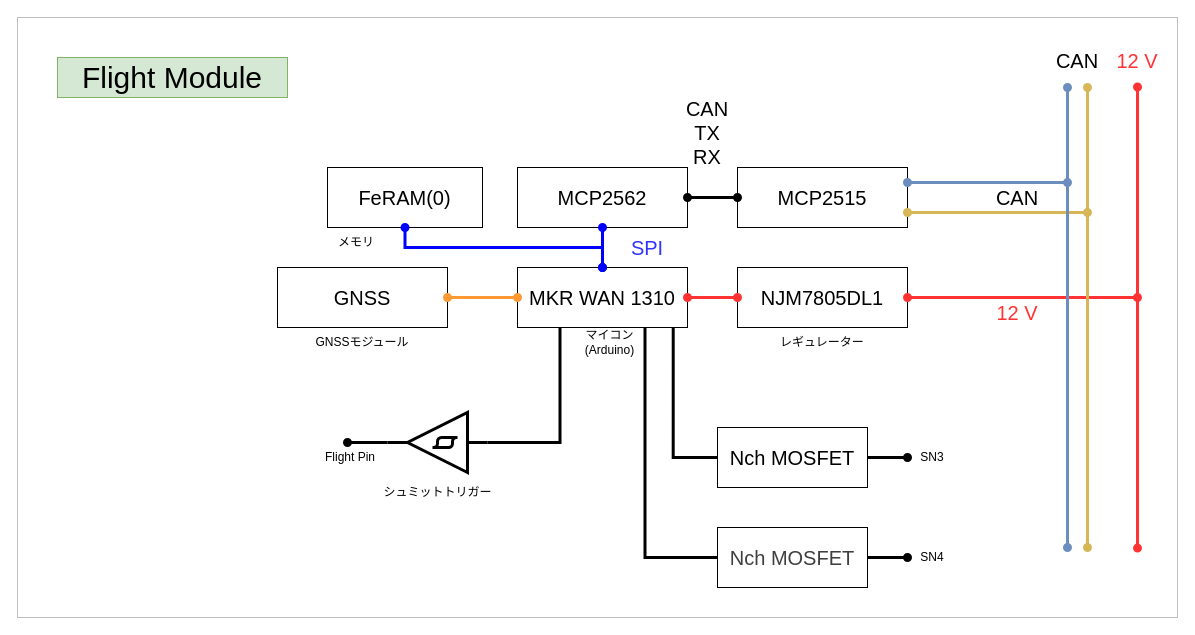
Before: Document/BlockDiagram/FlightModule.drawio in tokai-student-rocket-project/H-62-Avionics, a draw.io diagram. Source tidied: cells renumbered, new cells numbered last; positions are measured from the earlier drawing's top-left corner, leaving out a move shared by most shapes. Both pictures are drawn from the tidied source at 100%, with x=0, y=0 at pixel (17, 17).
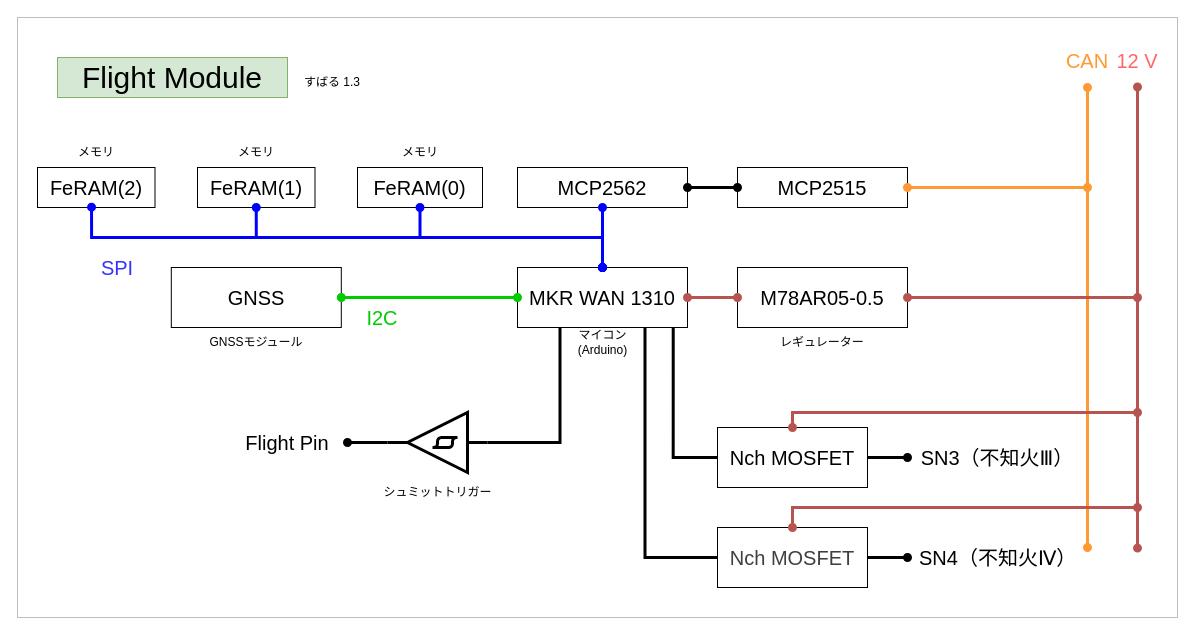
Above is the later version.

Commit message (it also covers changes not shown here):
FlightModuleのブロック図を作成

The change refers to these unchanged cells:
```xml
<mxCell id="4" value="&lt;font style=&quot;font-size: 20px;&quot;&gt;MKR WAN 1310&lt;/font&gt;" style="rounded=0;whiteSpace=wrap;html=1;" parent="1" vertex="1">
  <mxGeometry x="500" y="250" width="170" height="60" as="geometry" />
</mxCell>
<mxCell id="30" value="&lt;font style=&quot;font-size: 20px;&quot;&gt;Nch MOSFET&lt;/font&gt;" style="rounded=0;whiteSpace=wrap;html=1;" parent="1" vertex="1">
  <mxGeometry x="700" y="410" width="150" height="60" as="geometry" />
</mxCell>
<mxCell id="31" value="&lt;span style=&quot;color: rgb(63, 63, 63); font-size: 20px;&quot;&gt;Nch MOSFET&lt;/span&gt;" style="rounded=0;whiteSpace=wrap;html=1;" parent="1" vertex="1">
  <mxGeometry x="700" y="510" width="150" height="60" as="geometry" />
</mxCell>
```

What changed in the source:
```diff
@@
     <mxCell id="5" value="マイコン (Arduino)" style="text;html=1;align=center;verticalAlign=middle;whiteSpace=wrap;rounded=0;" parent="1" vertex="1">
-      <mxGeometry x="545" y="310" width="95" height="30" as="geometry" />
+      <mxGeometry x="537.5" y="310" width="95" height="30" as="geometry" />
     </mxCell>
-    <mxCell id="6" value="&lt;font style=&quot;font-size: 20px;&quot;&gt;NJM7805DL1&lt;/font&gt;" style="rounded=0;whiteSpace=wrap;html=1;" parent="1" vertex="1">
+    <mxCell id="6" value="&lt;font style=&quot;font-size: 20px;&quot;&gt;M78AR05-0.5&lt;/font&gt;" style="rounded=0;whiteSpace=wrap;html=1;" parent="1" vertex="1">
       <mxGeometry x="720" y="250" width="170" height="60" as="geometry" />
     </mxCell>
@@
     <mxCell id="8" value="&lt;span style=&quot;font-size: 20px;&quot;&gt;MCP2515&lt;/span&gt;" style="rounded=0;whiteSpace=wrap;html=1;" parent="1" vertex="1">
-      <mxGeometry x="720" y="150" width="170" height="60" as="geometry" />
+      <mxGeometry x="720" y="150" width="170" height="40" as="geometry" />
     </mxCell>
     <mxCell id="9" value="&lt;span style=&quot;font-size: 20px;&quot;&gt;MCP2562&lt;/span&gt;" style="rounded=0;whiteSpace=wrap;html=1;" parent="1" vertex="1">
-      <mxGeometry x="500" y="150" width="170" height="60" as="geometry" />
+      <mxGeometry x="500" y="150" width="170" height="40" as="geometry" />
     </mxCell>
@@
-    <mxCell id="11" style="endArrow=oval;html=1;strokeWidth=3;startArrow=oval;startFill=1;endFill=1;" parent="1" edge="1" source="9">
-      <mxGeometry relative="1" as="geometry">
-        <mxPoint x="720" y="180" as="targetPoint" />
-      </mxGeometry>
+    <mxCell id="11" style="endArrow=oval;html=1;strokeWidth=3;startArrow=oval;startFill=1;endFill=1;entryX=0;entryY=0.5;entryDx=0;entryDy=0;" parent="1" edge="1" source="9" target="8">
+      <mxGeometry relative="1" as="geometry" />
     </mxCell>
     <mxCell id="12" value="&lt;font style=&quot;color: rgb(51, 51, 255); font-size: 20px;&quot;&gt;SPI&lt;/font&gt;" style="text;html=1;align=center;verticalAlign=middle;whiteSpace=wrap;rounded=0;" parent="1" vertex="1">
-      <mxGeometry x="600" y="210" width="60" height="40" as="geometry" />
+      <mxGeometry x="70" y="230" width="60" height="40" as="geometry" />
     </mxCell>
-    <mxCell id="13" value="&lt;font style=&quot;font-size: 20px; color: rgb(0, 0, 0);&quot;&gt;CAN TX RX&lt;/font&gt;" style="text;html=1;align=center;verticalAlign=middle;whiteSpace=wrap;rounded=0;" parent="1" vertex="1">
-      <mxGeometry x="660" y="80" width="60" height="70" as="geometry" />
-    </mxCell>
-    <mxCell id="14" style="endArrow=oval;html=1;entryX=1;entryY=0.5;entryDx=0;entryDy=0;startArrow=oval;startFill=1;strokeWidth=3;strokeColor=#FF3333;endFill=1;" parent="1" edge="1" target="6">
-      <mxGeometry relative="1" as="geometry">
-        <mxPoint x="1120" y="280" as="sourcePoint" />
-      </mxGeometry>
-    </mxCell>
-    <mxCell id="15" value="&lt;font style=&quot;font-size: 20px; color: rgb(255, 51, 51);&quot;&gt;12 V&lt;/font&gt;" style="text;html=1;align=center;verticalAlign=middle;whiteSpace=wrap;rounded=0;" parent="1" vertex="1">
-      <mxGeometry x="970" y="280" width="60" height="30" as="geometry" />
-    </mxCell>
-    <mxCell id="16" style="endArrow=oval;html=1;entryX=1;entryY=0.25;entryDx=0;entryDy=0;strokeWidth=3;fillColor=#dae8fc;strokeColor=#6c8ebf;startArrow=oval;startFill=1;endFill=1;" parent="1" edge="1" target="8">
-      <mxGeometry relative="1" as="geometry">
-        <mxPoint x="1050" y="165" as="sourcePoint" />
-      </mxGeometry>
-    </mxCell>
-    <mxCell id="17" style="endArrow=oval;html=1;entryX=1;entryY=0.75;entryDx=0;entryDy=0;strokeWidth=3;fillColor=#fff2cc;strokeColor=#d6b656;startArrow=oval;startFill=1;endFill=1;" parent="1" edge="1" target="8">
+    <mxCell id="17" style="endArrow=oval;html=1;entryX=1;entryY=0.5;entryDx=0;entryDy=0;strokeWidth=3;fillColor=#fff2cc;strokeColor=#FF9933;startArrow=oval;startFill=1;endFill=1;" parent="1" edge="1" target="8">
       <mxGeometry relative="1" as="geometry">
-        <mxPoint x="1070" y="195" as="sourcePoint" />
+        <mxPoint x="1070" y="170" as="sourcePoint" />
       </mxGeometry>
     </mxCell>
     <mxCell id="18" value="&lt;span style=&quot;font-size: 20px;&quot;&gt;GNSS&lt;/span&gt;" style="rounded=0;whiteSpace=wrap;html=1;" parent="1" vertex="1">
-      <mxGeometry x="260" y="250" width="170" height="60" as="geometry" />
+      <mxGeometry x="153.8" y="250" width="170" height="60" as="geometry" />
     </mxCell>
-    <mxCell id="19" style="edgeStyle=none;html=1;strokeWidth=3;rounded=0;curved=0;startArrow=oval;startFill=1;endArrow=oval;endFill=1;fillColor=#ffe6cc;strokeColor=#FF9933;exitX=1;exitY=0.5;exitDx=0;exitDy=0;" parent="1" edge="1" source="18">
+    <mxCell id="19" style="edgeStyle=none;html=1;strokeWidth=3;rounded=0;curved=0;startArrow=oval;startFill=1;endArrow=oval;endFill=1;fillColor=#ffe6cc;strokeColor=#00CC00;exitX=1;exitY=0.5;exitDx=0;exitDy=0;" parent="1" edge="1" source="18">
       <mxGeometry relative="1" as="geometry">
         <mxPoint x="500" y="280" as="targetPoint" />
       </mxGeometry>
     </mxCell>
-    <mxCell id="20" value="&lt;font style=&quot;font-size: 20px; color: rgb(0, 0, 0);&quot;&gt;CAN&lt;/font&gt;" style="text;html=1;align=center;verticalAlign=middle;whiteSpace=wrap;rounded=0;" parent="1" vertex="1">
-      <mxGeometry x="970" y="165" width="60" height="30" as="geometry" />
-    </mxCell>
     <mxCell id="21" value="&lt;font style=&quot;font-size: 20px;&quot;&gt;FeRAM(0)&lt;/font&gt;" style="rounded=0;whiteSpace=wrap;html=1;" parent="1" vertex="1">
-      <mxGeometry x="310" y="150" width="155" height="60" as="geometry" />
+      <mxGeometry x="340" y="150" width="125" height="40" as="geometry" />
     </mxCell>
-    <mxCell id="22" value="GNSSモジュール" style="text;html=1;align=center;verticalAlign=middle;whiteSpace=wrap;rounded=0;" parent="1" vertex="1">
-      <mxGeometry x="260" y="310" width="170" height="30" as="geometry" />
+    <mxCell id="22" value="&lt;font&gt;GNSSモジュール&lt;/font&gt;" style="text;html=1;align=center;verticalAlign=middle;whiteSpace=wrap;rounded=0;" parent="1" vertex="1">
+      <mxGeometry x="153.8" y="310" width="170" height="30" as="geometry" />
     </mxCell>
     <mxCell id="23" value="メモリ" style="text;html=1;align=center;verticalAlign=middle;whiteSpace=wrap;rounded=0;" parent="1" vertex="1">
-      <mxGeometry x="310" y="210" width="57.5" height="30" as="geometry" />
+      <mxGeometry x="373.8" y="120" width="57.5" height="30" as="geometry" />
     </mxCell>
-    <mxCell id="24" style="endArrow=oval;html=1;strokeWidth=3;fillColor=#dae8fc;strokeColor=#6c8ebf;startArrow=oval;startFill=1;endFill=1;" parent="1" edge="1">
+    <mxCell id="24" style="endArrow=oval;html=1;strokeWidth=3;fillColor=#dae8fc;strokeColor=#FF9933;startArrow=oval;startFill=1;endFill=1;" parent="1" edge="1">
       <mxGeometry relative="1" as="geometry">
-        <mxPoint x="1050" y="70" as="sourcePoint" />
-        <mxPoint x="1050" y="530" as="targetPoint" />
+        <mxPoint x="1070" y="70" as="sourcePoint" />
+        <mxPoint x="1070" y="530" as="targetPoint" />
       </mxGeometry>
     </mxCell>
-    <mxCell id="25" style="endArrow=oval;html=1;strokeWidth=3;fillColor=#fff2cc;strokeColor=#d6b656;startArrow=oval;startFill=1;endFill=1;" parent="1" edge="1">
-      <mxGeometry relative="1" as="geometry">
-        <mxPoint x="1070" y="70" as="sourcePoint" />
-        <mxPoint x="1070" y="530" as="targetPoint" />
-      </mxGeometry>
-    </mxCell>
-    <mxCell id="26" style="endArrow=oval;html=1;entryX=1;entryY=0.5;entryDx=0;entryDy=0;startArrow=oval;startFill=1;strokeWidth=3;strokeColor=#FF3333;endFill=1;" parent="1" edge="1">
+    <mxCell id="26" style="endArrow=oval;html=1;entryX=1;entryY=0.5;entryDx=0;entryDy=0;startArrow=oval;startFill=1;strokeWidth=3;strokeColor=#b85450;endFill=1;fillColor=#f8cecc;" parent="1" edge="1">
       <mxGeometry relative="1" as="geometry">
         <mxPoint x="1120" y="530.6" as="sourcePoint" />
         <mxPoint x="1120" y="69.5" as="targetPoint" />
       </mxGeometry>
     </mxCell>
-    <mxCell id="27" value="&lt;font style=&quot;font-size: 20px; color: rgb(0, 0, 0);&quot;&gt;CAN&lt;/font&gt;" style="text;html=1;align=center;verticalAlign=middle;whiteSpace=wrap;rounded=0;" parent="1" vertex="1">
-      <mxGeometry x="1030" y="30" width="60" height="25" as="geometry" />
+    <mxCell id="27" value="&lt;font style=&quot;font-size: 20px; color: rgb(255, 153, 51);&quot;&gt;CAN&lt;/font&gt;" style="text;html=1;align=center;verticalAlign=middle;whiteSpace=wrap;rounded=0;" parent="1" vertex="1">
+      <mxGeometry x="1040" y="30" width="60" height="25" as="geometry" />
     </mxCell>
-    <mxCell id="28" value="&lt;font style=&quot;font-size: 20px; color: rgb(255, 51, 51);&quot;&gt;12 V&lt;/font&gt;" style="text;html=1;align=center;verticalAlign=middle;whiteSpace=wrap;rounded=0;" parent="1" vertex="1">
+    <mxCell id="28" value="&lt;font style=&quot;font-size: 20px; color: rgb(255, 102, 102);&quot;&gt;12 V&lt;/font&gt;" style="text;html=1;align=center;verticalAlign=middle;whiteSpace=wrap;rounded=0;" parent="1" vertex="1">
       <mxGeometry x="1090" y="27.5" width="60" height="30" as="geometry" />
     </mxCell>
-    <mxCell id="29" style="edgeStyle=none;html=1;entryX=0;entryY=0.5;entryDx=0;entryDy=0;strokeWidth=3;startArrow=oval;startFill=1;endArrow=oval;endFill=1;strokeColor=#FF3333;" parent="1" edge="1">
+    <mxCell id="29" style="edgeStyle=none;html=1;entryX=0;entryY=0.5;entryDx=0;entryDy=0;strokeWidth=3;startArrow=oval;startFill=1;endArrow=oval;endFill=1;strokeColor=#b85450;fillColor=#f8cecc;" parent="1" edge="1">
       <mxGeometry relative="1" as="geometry">
         <mxPoint x="670" y="280" as="sourcePoint" />
         <mxPoint x="720" y="280" as="targetPoint" />
       </mxGeometry>
     </mxCell>
@@
-    <mxCell id="36" value="SN3" style="text;html=1;align=center;verticalAlign=middle;whiteSpace=wrap;rounded=0;" parent="1" vertex="1">
-      <mxGeometry x="890" y="425" width="50" height="30" as="geometry" />
+    <mxCell id="36" value="&lt;font style=&quot;font-size: 20px;&quot;&gt;SN3（不知火Ⅲ）&lt;/font&gt;" style="text;html=1;align=center;verticalAlign=middle;whiteSpace=wrap;rounded=0;" parent="1" vertex="1">
+      <mxGeometry x="900" y="425" width="160" height="30" as="geometry" />
     </mxCell>
-    <mxCell id="37" value="SN4" style="text;html=1;align=center;verticalAlign=middle;whiteSpace=wrap;rounded=0;" parent="1" vertex="1">
-      <mxGeometry x="890" y="525" width="50" height="30" as="geometry" />
-    </mxCell>
@@
-    <mxCell id="42" value="Flight Pin" style="text;html=1;align=center;verticalAlign=middle;whiteSpace=wrap;rounded=0;" parent="1" vertex="1">
-      <mxGeometry x="297.5" y="425" width="70" height="30" as="geometry" />
+    <mxCell id="42" value="&lt;font style=&quot;font-size: 20px;&quot;&gt;Flight Pin&lt;/font&gt;" style="text;html=1;align=center;verticalAlign=middle;whiteSpace=wrap;rounded=0;" parent="1" vertex="1">
+      <mxGeometry x="216.2" y="410" width="107.5" height="30" as="geometry" />
     </mxCell>
@@
+    <mxCell id="44" value="すばる 1.3" style="text;html=1;align=center;verticalAlign=middle;whiteSpace=wrap;rounded=0;" parent="1" vertex="1">
+      <mxGeometry x="270" y="50" width="90" height="30" as="geometry" />
+    </mxCell>
+    <mxCell id="45" value="&lt;span style=&quot;font-size: 20px;&quot;&gt;&lt;font style=&quot;color: rgb(0, 204, 0);&quot;&gt;I2C&lt;/font&gt;&lt;/span&gt;" style="text;html=1;align=center;verticalAlign=middle;whiteSpace=wrap;rounded=0;" parent="1" vertex="1">
+      <mxGeometry x="330" y="280" width="70" height="40" as="geometry" />
+    </mxCell>
+    <mxCell id="46" value="&lt;font style=&quot;font-size: 20px;&quot;&gt;FeRAM(1)&lt;/font&gt;" style="rounded=0;whiteSpace=wrap;html=1;" parent="1" vertex="1">
+      <mxGeometry x="180" y="150" width="117.5" height="40" as="geometry" />
+    </mxCell>
+    <mxCell id="47" value="&lt;font style=&quot;font-size: 20px;&quot;&gt;FeRAM(2)&lt;/font&gt;" style="rounded=0;whiteSpace=wrap;html=1;" parent="1" vertex="1">
+      <mxGeometry x="20" y="150" width="117.5" height="40" as="geometry" />
+    </mxCell>
+    <mxCell id="48" value="&lt;font&gt;メモリ&lt;/font&gt;" style="text;html=1;align=center;verticalAlign=middle;whiteSpace=wrap;rounded=0;" parent="1" vertex="1">
+      <mxGeometry x="210" y="120" width="57.5" height="30" as="geometry" />
+    </mxCell>
+    <mxCell id="49" value="メモリ" style="text;html=1;align=center;verticalAlign=middle;whiteSpace=wrap;rounded=0;" parent="1" vertex="1">
+      <mxGeometry x="50" y="120" width="57.5" height="30" as="geometry" />
+    </mxCell>
+    <mxCell id="50" style="endArrow=oval;html=1;entryX=0.5;entryY=1;entryDx=0;entryDy=0;strokeWidth=3;startArrow=oval;startFill=1;endFill=1;strokeColor=#0000FF;edgeStyle=orthogonalEdgeStyle;rounded=0;curved=0;exitX=0.5;exitY=0;exitDx=0;exitDy=0;" parent="1" edge="1" source="4" target="46">
+      <mxGeometry relative="1" as="geometry">
+        <Array as="points">
+          <mxPoint x="585" y="220" />
+          <mxPoint x="239" y="220" />
+        </Array>
+      </mxGeometry>
+    </mxCell>
+    <mxCell id="51" style="endArrow=oval;html=1;entryX=0.46;entryY=0.992;entryDx=0;entryDy=0;strokeWidth=3;startArrow=oval;startFill=1;endFill=1;strokeColor=#0000FF;edgeStyle=orthogonalEdgeStyle;rounded=0;curved=0;entryPerimeter=0;" parent="1" edge="1" target="47">
+      <mxGeometry relative="1" as="geometry">
+        <mxPoint x="585" y="250" as="sourcePoint" />
+        <Array as="points">
+          <mxPoint x="585" y="220" />
+          <mxPoint x="74" y="220" />
+        </Array>
+      </mxGeometry>
+    </mxCell>
+    <mxCell id="52" value="&lt;font style=&quot;font-size: 20px;&quot;&gt;SN4（不知火Ⅳ）&lt;/font&gt;" style="text;html=1;align=left;verticalAlign=middle;whiteSpace=wrap;rounded=0;" parent="1" vertex="1">
+      <mxGeometry x="900" y="525" width="170" height="30" as="geometry" />
+    </mxCell>
+    <mxCell id="14" style="endArrow=oval;html=1;entryX=0.5;entryY=0;entryDx=0;entryDy=0;startArrow=oval;startFill=1;strokeWidth=3;strokeColor=#b85450;endFill=1;fillColor=#f8cecc;edgeStyle=elbowEdgeStyle;rounded=0;curved=0;" parent="1" edge="1" target="30">
+      <mxGeometry relative="1" as="geometry">
+        <mxPoint x="1120" y="395" as="sourcePoint" />
+        <Array as="points">
+          <mxPoint x="775" y="395" />
+        </Array>
+      </mxGeometry>
+    </mxCell>
+    <mxCell id="53" style="endArrow=oval;html=1;entryX=1;entryY=0.5;entryDx=0;entryDy=0;startArrow=oval;startFill=1;strokeWidth=3;strokeColor=#b85450;endFill=1;fillColor=#f8cecc;rounded=0;" parent="1" edge="1" target="6">
+      <mxGeometry relative="1" as="geometry">
+        <mxPoint x="1120" y="280" as="sourcePoint" />
+      </mxGeometry>
+    </mxCell>
+    <mxCell id="54" style="endArrow=oval;html=1;entryX=0.5;entryY=0;entryDx=0;entryDy=0;startArrow=oval;startFill=1;strokeWidth=3;strokeColor=#b85450;endFill=1;fillColor=#f8cecc;edgeStyle=elbowEdgeStyle;rounded=0;curved=0;" parent="1" edge="1" target="31">
+      <mxGeometry relative="1" as="geometry">
+        <mxPoint x="1120" y="490" as="sourcePoint" />
+        <Array as="points">
+          <mxPoint x="775" y="500" />
+        </Array>
+      </mxGeometry>
+    </mxCell>
```
